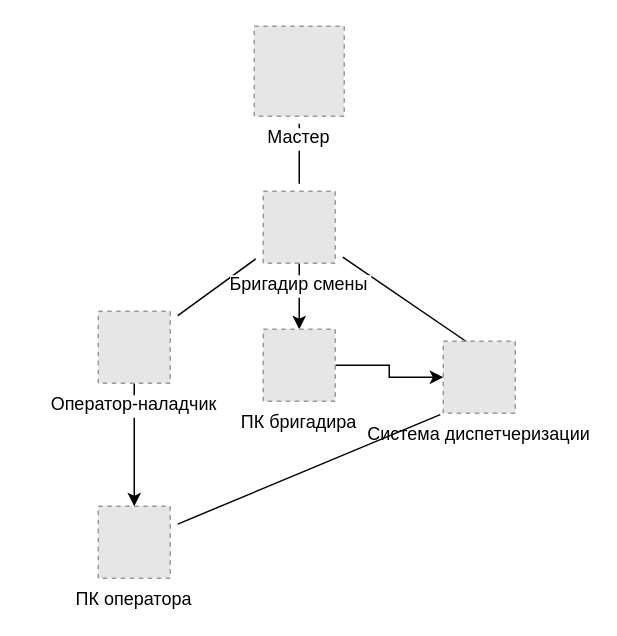
This is page "Hierarchy" (1 of 3) of usecase.drawio from megavad/Diagrams, a draw.io file, before an edit. Source tidied: cells renumbered, new cells numbered last; positions are measured from the earlier drawing's top-left corner, leaving out a move shared by most shapes. Both pictures are drawn from the tidied source at 150%, with x=0, y=0 at pixel (98, 26). Pictures stored in the file or linked from it are replaced by grey dashed boxes.
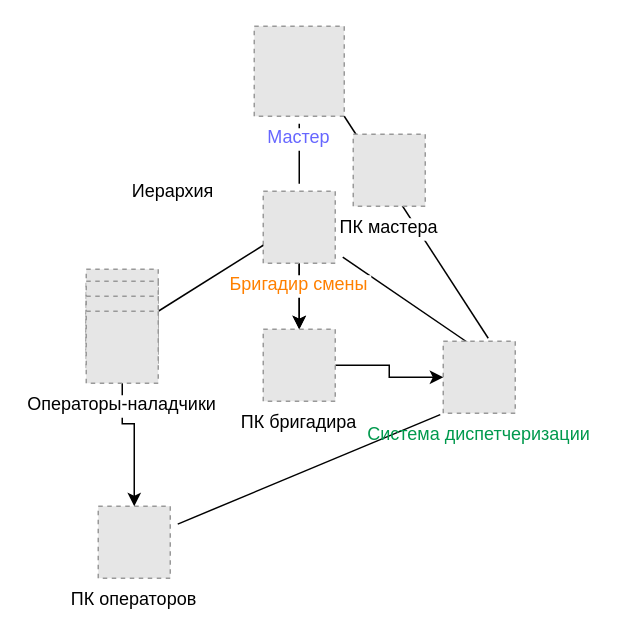
The same diagram, later.

Unchanged cells that the change refers to:
```xml
<mxCell id="14" value="ПК бригадира" style="fillColor=#E6E6E6;strokeColor=#999999;dashed=1;verticalLabelPosition=bottom;verticalAlign=top;labelBackgroundColor=#ffffff;" parent="1" vertex="1">
  <mxGeometry x="110" y="202" width="48" height="48" as="geometry" />
</mxCell>
```

Diff of the diagram source:
```diff
@@
-    <mxCell id="4" style="rounded=0;jettySize=auto;html=1;endArrow=none;endFill=0;sourcePerimeterSpacing=5;targetPerimeterSpacing=5;" parent="1" edge="1" source="9" target="11">
-      <mxGeometry relative="1" as="geometry" />
-    </mxCell>
@@
-    <mxCell id="6" value="ПК оператора" style="fillColor=#E6E6E6;strokeColor=#999999;dashed=1;verticalLabelPosition=bottom;verticalAlign=top;labelBackgroundColor=#ffffff;" parent="1" vertex="1">
+    <mxCell id="6" value="ПК операторов" style="fillColor=#E6E6E6;strokeColor=#999999;dashed=1;verticalLabelPosition=bottom;verticalAlign=top;labelBackgroundColor=#ffffff;" parent="1" vertex="1">
       <mxGeometry y="320" width="48" height="48" as="geometry" />
     </mxCell>
-    <mxCell id="7" value="Мастер" style="fillColor=#E6E6E6;strokeColor=#999999;dashed=1;verticalLabelPosition=bottom;verticalAlign=top;labelBackgroundColor=#ffffff;" parent="1" vertex="1">
+    <mxCell id="7" value="Мастер" style="fillColor=#E6E6E6;strokeColor=#999999;dashed=1;verticalLabelPosition=bottom;verticalAlign=top;labelBackgroundColor=#ffffff;fontColor=#6666FF;" parent="1" vertex="1">
       <mxGeometry x="104" width="60" height="60" as="geometry" />
     </mxCell>
@@
-    <mxCell id="9" value="Оператор-наладчик" style="fillColor=#E6E6E6;strokeColor=#999999;dashed=1;verticalLabelPosition=bottom;verticalAlign=top;labelBackgroundColor=#ffffff;" parent="1" vertex="1">
-      <mxGeometry y="190" width="48" height="48" as="geometry" />
+    <mxCell id="9" style="fillColor=#E6E6E6;strokeColor=#999999;dashed=1;verticalLabelPosition=bottom;verticalAlign=top;labelBackgroundColor=#ffffff;" parent="1" vertex="1">
+      <mxGeometry x="-8" y="162" width="48" height="48" as="geometry" />
     </mxCell>
@@
+    <mxCell id="15" style="edgeStyle=orthogonalEdgeStyle;rounded=0;jettySize=auto;html=1;fontColor=#999900;" parent="1" edge="1" source="11" target="14">
+      <mxGeometry relative="1" as="geometry" />
+    </mxCell>
-    <mxCell id="11" value="Бригадир смены" style="fillColor=#E6E6E6;strokeColor=#999999;dashed=1;verticalLabelPosition=bottom;verticalAlign=top;labelBackgroundColor=#ffffff;" parent="1" vertex="1">
+    <mxCell id="11" value="Бригадир смены" style="fillColor=#E6E6E6;strokeColor=#999999;dashed=1;verticalLabelPosition=bottom;verticalAlign=top;labelBackgroundColor=#ffffff;fontColor=#FF8000;" parent="1" vertex="1">
       <mxGeometry x="110" y="110" width="48" height="48" as="geometry" />
     </mxCell>
-    <mxCell id="12" value="Система диспетчеризации" style="fillColor=#E6E6E6;strokeColor=#999999;dashed=1;verticalLabelPosition=bottom;verticalAlign=top;" parent="1" vertex="1">
+    <mxCell id="12" value="Система диспетчеризации" style="fillColor=#E6E6E6;strokeColor=#999999;dashed=1;verticalLabelPosition=bottom;verticalAlign=top;fontColor=#00994D;" parent="1" vertex="1">
       <mxGeometry x="230" y="210" width="48" height="48" as="geometry" />
     </mxCell>
@@
+    <mxCell id="16" value="Иерархия" style="text;html=1;align=center;verticalAlign=middle;whiteSpace=wrap;rounded=0;" parent="1" vertex="1">
+      <mxGeometry x="30" y="100" width="40" height="20" as="geometry" />
+    </mxCell>
+    <mxCell id="17" style="endArrow=none;html=1;entryX=0;entryY=0.75;entryDx=0;entryDy=0;" parent="1" edge="1" target="11">
+      <mxGeometry relative="1" as="geometry">
+        <mxPoint x="40" y="190" as="sourcePoint" />
+      </mxGeometry>
+    </mxCell>
+    <mxCell id="18" style="fillColor=#E6E6E6;strokeColor=#999999;dashed=1;verticalLabelPosition=bottom;verticalAlign=top;labelBackgroundColor=#ffffff;" parent="1" vertex="1">
+      <mxGeometry x="-8" y="170" width="48" height="48" as="geometry" />
+    </mxCell>
+    <mxCell id="19" style="fillColor=#E6E6E6;strokeColor=#999999;dashed=1;verticalLabelPosition=bottom;verticalAlign=top;labelBackgroundColor=#ffffff;" parent="1" vertex="1">
+      <mxGeometry x="-8" y="180" width="48" height="48" as="geometry" />
+    </mxCell>
+    <mxCell id="20" value="Операторы-наладчики" style="fillColor=#E6E6E6;strokeColor=#999999;dashed=1;verticalLabelPosition=bottom;verticalAlign=top;labelBackgroundColor=#ffffff;" parent="1" vertex="1">
+      <mxGeometry x="-8" y="190" width="48" height="48" as="geometry" />
+    </mxCell>
+    <mxCell id="21" style="endArrow=none;html=1;entryX=1;entryY=1;entryDx=0;entryDy=0;" parent="1" edge="1" target="7">
+      <mxGeometry relative="1" as="geometry">
+        <mxPoint x="260" y="208" as="sourcePoint" />
+      </mxGeometry>
+    </mxCell>
+    <mxCell id="22" value="ПК мастера" style="fillColor=#E6E6E6;strokeColor=#999999;dashed=1;verticalLabelPosition=bottom;verticalAlign=top;labelBackgroundColor=#ffffff;" parent="1" vertex="1">
+      <mxGeometry x="170" y="72" width="48" height="48" as="geometry" />
+    </mxCell>
```
